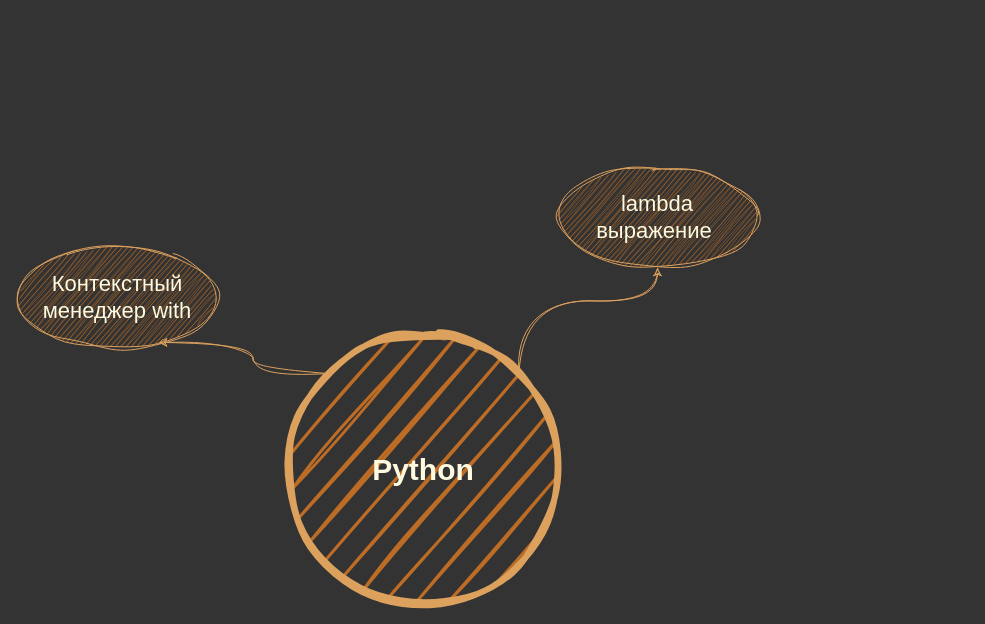
Above: Untitled Diagram.drawio in zhivvv/study (draw.io), before the change. Source tidied: cells renumbered, new cells numbered last; positions are measured from the earlier drawing's top-left corner, leaving out a move shared by most shapes. Both pictures are drawn from the tidied source at 100%, with x=0, y=0 at pixel (17, 167).
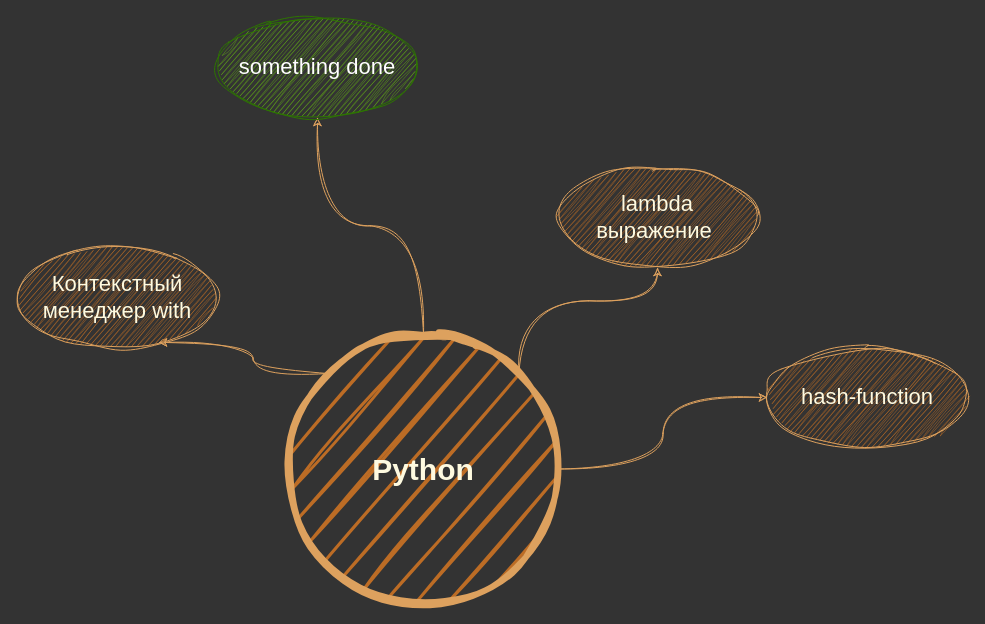
Above is the later version.

Commit message:
hash function added

Change to the diagram source:
```diff
@@
 <mxGraphModel background="#333333">
   <root>
     <mxCell id="0" />
     <mxCell id="1" parent="0" />
     <mxCell id="2" style="edgeStyle=orthogonalEdgeStyle;curved=1;jettySize=auto;html=1;exitX=0;exitY=0;exitDx=0;exitDy=0;entryX=0.705;entryY=0.95;entryDx=0;entryDy=0;entryPerimeter=0;fontSize=15;noJump=0;orthogonal=0;enumerate=0;comic=0;sketch=1;curveFitting=1;jiggle=2;labelBackgroundColor=none;strokeColor=#DDA15E;fontColor=default;rounded=1;" parent="1" edge="1" source="4" target="5">
       <mxGeometry relative="1" as="geometry" />
     </mxCell>
     <mxCell id="3" style="edgeStyle=orthogonalEdgeStyle;hachureGap=4;jettySize=auto;html=1;exitX=1;exitY=0;exitDx=0;exitDy=0;entryX=0.5;entryY=1;entryDx=0;entryDy=0;fontFamily=Helvetica;fontSize=15;labelBackgroundColor=none;strokeColor=#DDA15E;comic=0;sketch=1;curveFitting=1;jiggle=2;jumpStyle=none;curved=1;" parent="1" edge="1" source="4" target="6">
       <mxGeometry relative="1" as="geometry" />
     </mxCell>
+    <mxCell id="7" style="edgeStyle=orthogonalEdgeStyle;sketch=1;hachureGap=4;jiggle=2;curveFitting=1;jettySize=auto;html=1;entryX=0.5;entryY=1;entryDx=0;entryDy=0;fontFamily=Helvetica;fontSize=15;labelBackgroundColor=none;strokeColor=#DDA15E;comic=0;curved=1;" parent="1" edge="1" source="4" target="10">
+      <mxGeometry relative="1" as="geometry" />
+    </mxCell>
+    <mxCell id="8" style="edgeStyle=orthogonalEdgeStyle;curved=1;sketch=1;hachureGap=4;jiggle=2;curveFitting=1;jettySize=auto;html=1;entryX=0;entryY=0.5;entryDx=0;entryDy=0;fontFamily=Helvetica;fontSize=15;labelBackgroundColor=none;strokeColor=#DDA15E;comic=0;" parent="1" edge="1" source="4" target="9">
+      <mxGeometry relative="1" as="geometry" />
+    </mxCell>
     <mxCell id="4" value="Python" style="ellipse;whiteSpace=wrap;html=1;shadow=0;fontFamily=Helvetica;fontSize=30;fontColor=#FEFAE0;align=center;strokeColor=#DDA15E;strokeWidth=6;fillColor=#BC6C25;fontStyle=1;sketch=1;curveFitting=1;jiggle=2;labelBackgroundColor=none;rounded=1;" parent="1" vertex="1">
       <mxGeometry x="271" y="166.5" width="270" height="270" as="geometry" />
     </mxCell>
     <mxCell id="5" value="&lt;font style=&quot;font-size: 22px;&quot;&gt;Контекстный менеджер with&lt;/font&gt;" style="ellipse;whiteSpace=wrap;html=1;sketch=1;curveFitting=1;jiggle=2;fillColor=#BC6C25;strokeColor=#DDA15E;fontColor=#FEFAE0;labelBackgroundColor=none;rounded=1;" parent="1" vertex="1">
       <mxGeometry y="80" width="200" height="100" as="geometry" />
     </mxCell>
     <mxCell id="6" value="&lt;font style=&quot;font-size: 22px;&quot;&gt;lambda выражение&amp;nbsp;&lt;/font&gt;" style="ellipse;whiteSpace=wrap;html=1;sketch=1;curveFitting=1;jiggle=2;fillColor=#BC6C25;strokeColor=#DDA15E;fontColor=#FEFAE0;labelBackgroundColor=none;rounded=1;" parent="1" vertex="1">
       <mxGeometry x="540" width="200" height="100" as="geometry" />
     </mxCell>
+    <mxCell id="9" value="&lt;font style=&quot;font-size: 22px;&quot;&gt;hash-function&lt;/font&gt;" style="ellipse;whiteSpace=wrap;html=1;sketch=1;curveFitting=1;jiggle=2;fillColor=#BC6C25;strokeColor=#DDA15E;fontColor=#FEFAE0;labelBackgroundColor=none;rounded=1;" parent="1" vertex="1">
+      <mxGeometry x="750" y="180" width="200" height="100" as="geometry" />
+    </mxCell>
+    <mxCell id="10" value="&lt;font style=&quot;font-size: 22px;&quot;&gt;something done&lt;/font&gt;" style="ellipse;whiteSpace=wrap;html=1;sketch=1;curveFitting=1;jiggle=2;fillColor=#60a917;strokeColor=#2D7600;fontColor=#ffffff;labelBackgroundColor=none;rounded=1;" parent="1" vertex="1">
+      <mxGeometry x="200" y="-150" width="200" height="100" as="geometry" />
+    </mxCell>
   </root>
 </mxGraphModel>
```
